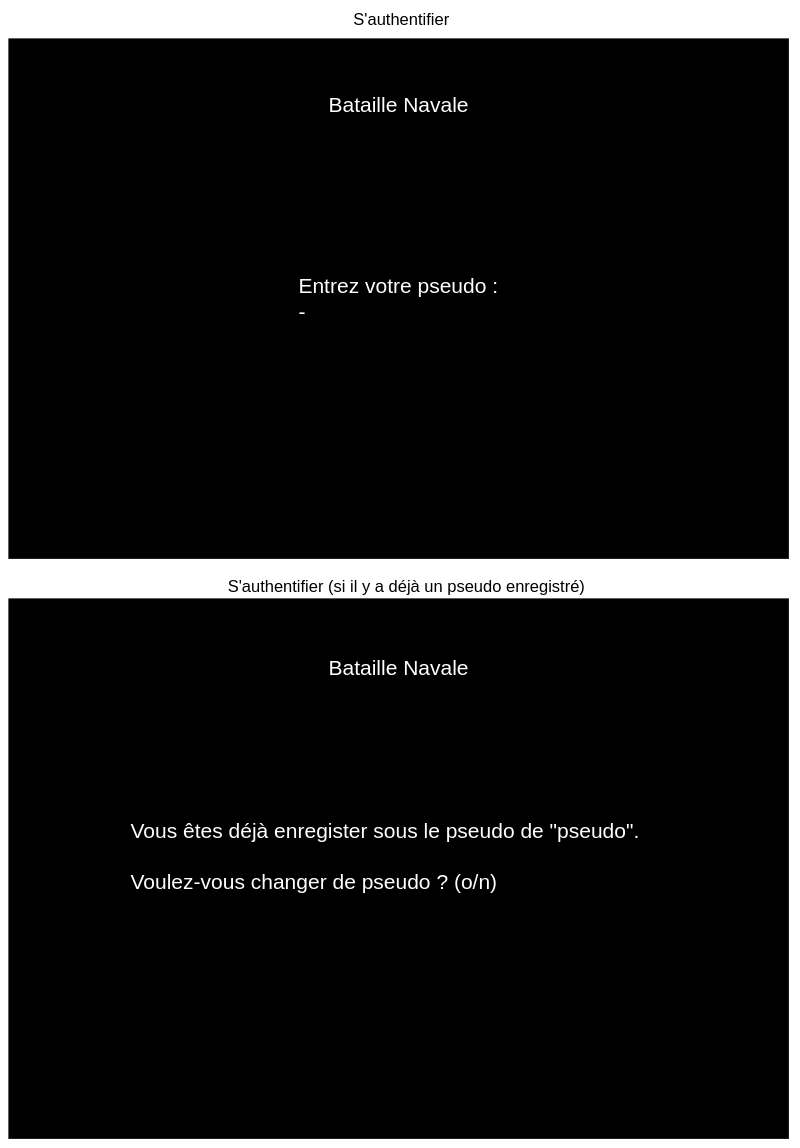
Above: page "S'authentifier" (4 of 5) of Maquette - Bataille Navale_YF.drawio in YFanha/Bataille-Navale (draw.io), before the change. Source tidied: cells renumbered, new cells numbered last; positions are measured from the earlier drawing's top-left corner, leaving out a move shared by most shapes. Both pictures are drawn from the tidied source at 50%, with x=0, y=0 at pixel (8, 11).
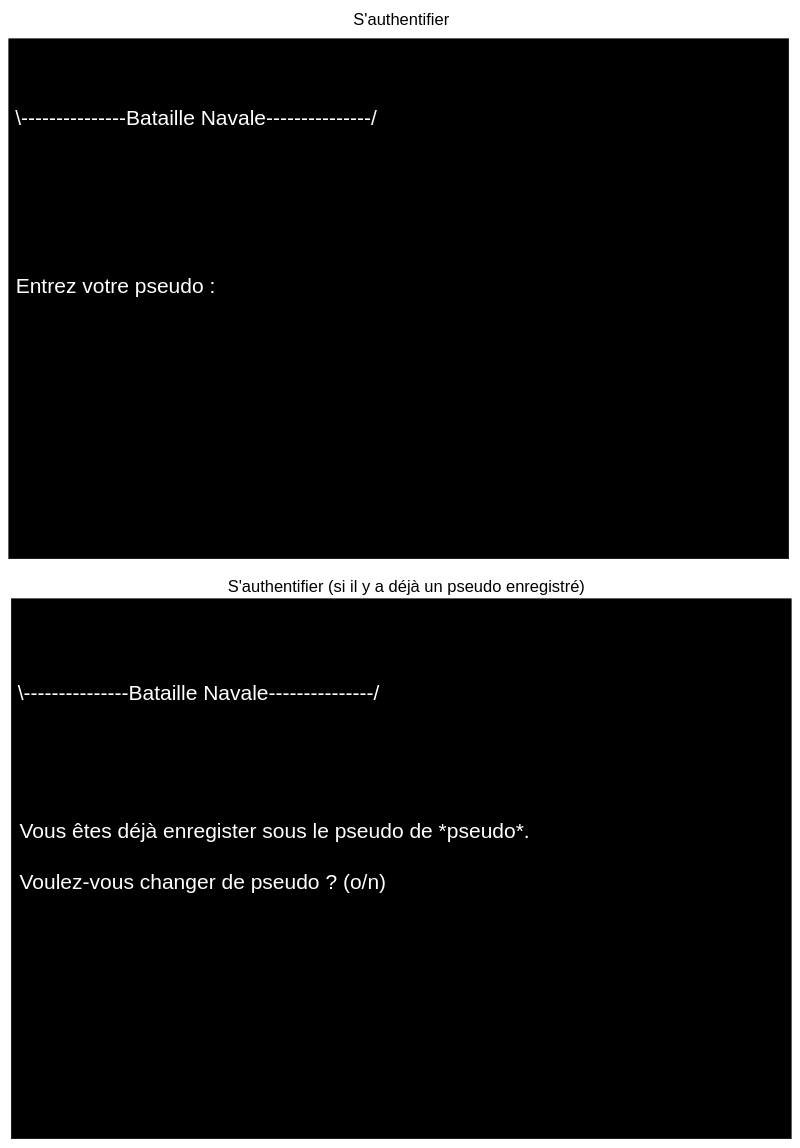
The same diagram, later.

What changed in the source:
```diff
@@
 <mxGraphModel>
   <root>
     <mxCell id="0" />
     <mxCell id="1" parent="0" />
     <mxCell id="2" style="group;" parent="1" vertex="1">
       <mxGeometry y="55" width="1560" height="1040" as="geometry" />
     </mxCell>
     <mxCell id="3" style="group;" parent="2" vertex="1">
       <mxGeometry width="1560" height="1040" as="geometry" />
     </mxCell>
     <mxCell id="4" style="rounded=0;whiteSpace=wrap;html=1;strokeColor=#000000;fillColor=#000000;" parent="3" vertex="1">
       <mxGeometry width="1560" height="1040" as="geometry" />
     </mxCell>
-    <mxCell id="5" value="&lt;font style=&quot;font-size: 42px&quot; color=&quot;#ffffff&quot;&gt;Bataille Navale&lt;/font&gt;" style="text;html=1;strokeColor=none;fillColor=none;align=center;verticalAlign=middle;whiteSpace=wrap;rounded=0;" parent="3" vertex="1">
-      <mxGeometry x="448.2" y="84.4" width="663.6" height="97.5" as="geometry" />
+    <mxCell id="5" value="&lt;font style=&quot;font-size: 42px&quot; color=&quot;#ffffff&quot;&gt;\---------------Bataille Navale---------------/&lt;/font&gt;" style="text;html=1;strokeColor=none;fillColor=none;align=center;verticalAlign=middle;whiteSpace=wrap;rounded=0;" parent="3" vertex="1">
+      <mxGeometry y="110" width="750" height="97.5" as="geometry" />
     </mxCell>
-    <mxCell id="6" value="&lt;font style=&quot;font-size: 42px&quot;&gt;&lt;span style=&quot;color: rgb(255 , 255 , 255)&quot;&gt;Entrez votre pseudo :&lt;/span&gt;&lt;br style=&quot;color: rgb(255 , 255 , 255)&quot;&gt;&lt;/font&gt;&lt;div style=&quot;color: rgb(255 , 255 , 255) ; text-align: left ; font-size: 42px&quot;&gt;&lt;font style=&quot;font-size: 42px&quot;&gt;-&lt;/font&gt;&lt;/div&gt;" style="text;html=1;strokeColor=none;fillColor=none;align=center;verticalAlign=middle;whiteSpace=wrap;rounded=0;" parent="3" vertex="1">
-      <mxGeometry x="242.4" y="260" width="1075.2" height="520" as="geometry" />
+    <mxCell id="6" value="&lt;font style=&quot;font-size: 42px&quot;&gt;&lt;span style=&quot;color: rgb(255 , 255 , 255)&quot;&gt;Entrez votre pseudo :&lt;/span&gt;&lt;br style=&quot;color: rgb(255 , 255 , 255)&quot;&gt;&lt;/font&gt;&lt;div style=&quot;color: rgb(255 , 255 , 255) ; text-align: left ; font-size: 42px&quot;&gt;&lt;br&gt;&lt;/div&gt;" style="text;html=1;strokeColor=none;fillColor=none;align=center;verticalAlign=middle;whiteSpace=wrap;rounded=0;" parent="3" vertex="1">
+      <mxGeometry x="10" y="460" width="407.6" height="120" as="geometry" />
     </mxCell>
     <mxCell id="7" value="&lt;font&gt;&lt;font style=&quot;font-size: 33px&quot;&gt;S'authentifier&lt;/font&gt;&lt;br&gt;&lt;/font&gt;" style="text;html=1;align=center;verticalAlign=middle;" parent="1" vertex="1">
       <mxGeometry x="680" width="210" height="30" as="geometry" />
     </mxCell>
     <mxCell id="8" style="group;" parent="1" vertex="1">
-      <mxGeometry y="1175" width="1560" height="1080" as="geometry" />
+      <mxGeometry x="5" y="1175" width="1560" height="1080" as="geometry" />
     </mxCell>
     <mxCell id="9" style="group;" parent="8" vertex="1">
       <mxGeometry width="1560" height="1080" as="geometry" />
     </mxCell>
     <mxCell id="10" style="rounded=0;whiteSpace=wrap;html=1;strokeColor=#000000;fillColor=#000000;" parent="9" vertex="1">
       <mxGeometry width="1560" height="1080" as="geometry" />
     </mxCell>
-    <mxCell id="11" value="&lt;font style=&quot;font-size: 42px&quot; color=&quot;#ffffff&quot;&gt;Bataille Navale&lt;/font&gt;" style="text;html=1;strokeColor=none;fillColor=none;align=center;verticalAlign=middle;whiteSpace=wrap;rounded=0;" parent="9" vertex="1">
-      <mxGeometry x="448.2" y="87.7" width="663.6" height="101.3" as="geometry" />
-    </mxCell>
-    <mxCell id="12" value="&lt;font style=&quot;font-size: 42px&quot;&gt;&lt;font color=&quot;#ffffff&quot; style=&quot;font-size: 42px&quot;&gt;Vous êtes déjà enregister sous le pseudo de &quot;pseudo&quot;.&lt;br&gt;&lt;br&gt;Voulez-vous changer de pseudo ? (o/n)&lt;br&gt;&lt;/font&gt;&lt;br&gt;&lt;/font&gt;" style="text;html=1;strokeColor=none;fillColor=none;align=left;verticalAlign=middle;whiteSpace=wrap;rounded=0;" parent="9" vertex="1">
-      <mxGeometry x="242.4" y="270" width="1075.2" height="540" as="geometry" />
+    <mxCell id="12" value="&lt;font style=&quot;font-size: 42px&quot;&gt;&lt;font color=&quot;#ffffff&quot; style=&quot;font-size: 42px&quot;&gt;Vous êtes déjà enregister sous le pseudo de *pseudo*.&lt;br&gt;&lt;br&gt;Voulez-vous changer de pseudo ? (o/n)&lt;br&gt;&lt;/font&gt;&lt;br&gt;&lt;/font&gt;" style="text;html=1;strokeColor=none;fillColor=none;align=left;verticalAlign=middle;whiteSpace=wrap;rounded=0;" parent="9" vertex="1">
+      <mxGeometry x="15" y="270" width="1075.2" height="540" as="geometry" />
     </mxCell>
+    <mxCell id="14" value="&lt;font style=&quot;font-size: 42px&quot; color=&quot;#ffffff&quot;&gt;\---------------Bataille Navale---------------/&lt;/font&gt;" style="text;html=1;strokeColor=none;fillColor=none;align=center;verticalAlign=middle;whiteSpace=wrap;rounded=0;" parent="9" vertex="1">
+      <mxGeometry y="140" width="750" height="97.5" as="geometry" />
+    </mxCell>
     <mxCell id="13" value="&lt;font&gt;&lt;font style=&quot;font-size: 33px&quot;&gt;S'authentifier (si il y a déjà un pseudo enregistré)&lt;/font&gt;&lt;br&gt;&lt;/font&gt;" style="text;html=1;align=center;verticalAlign=middle;" parent="1" vertex="1">
       <mxGeometry x="430" y="1135" width="730" height="30" as="geometry" />
     </mxCell>
   </root>
 </mxGraphModel>
```
